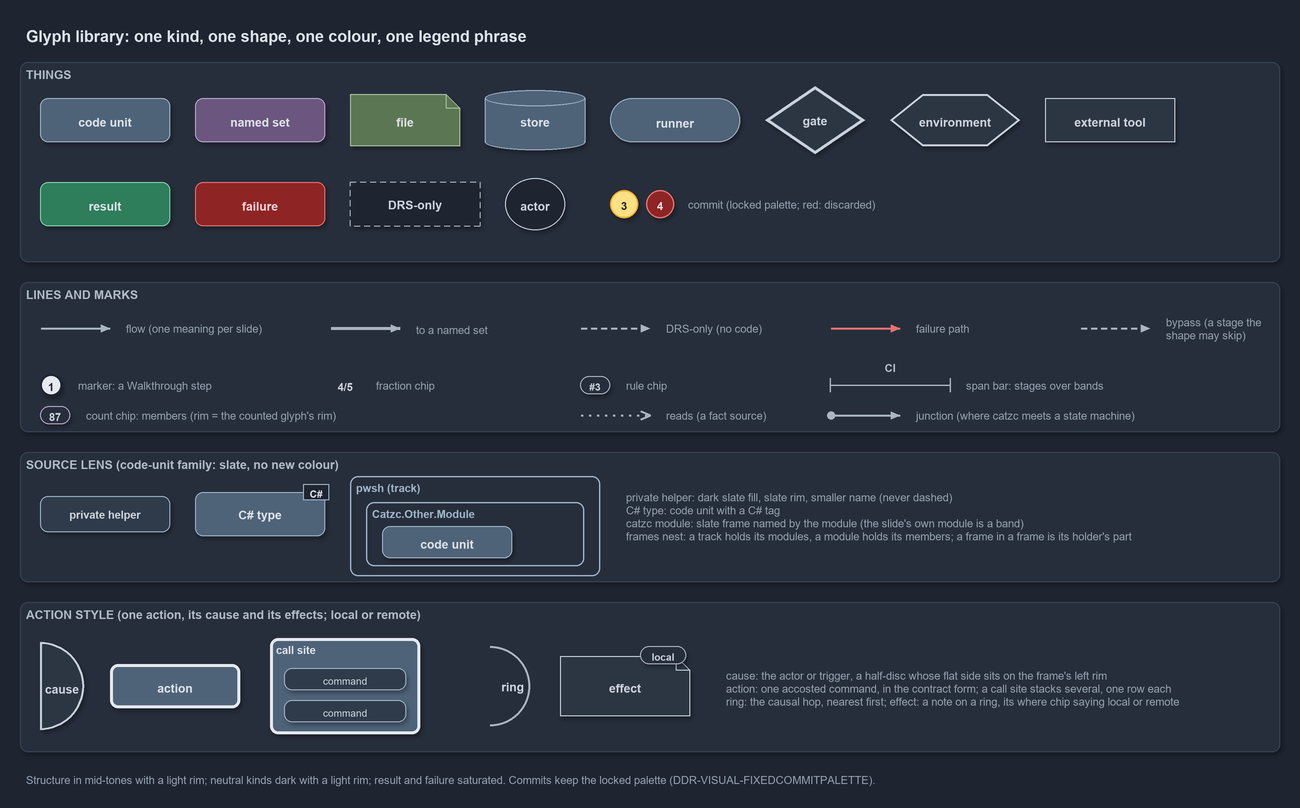
Earlier version of the draw.io export docs/explanation/.assets/glyphs.drawio.png (casperease/catzc). Source tidied: cells renumbered, new cells last; positions are measured from the earlier drawing's top-left corner, leaving out a move shared by most shapes.
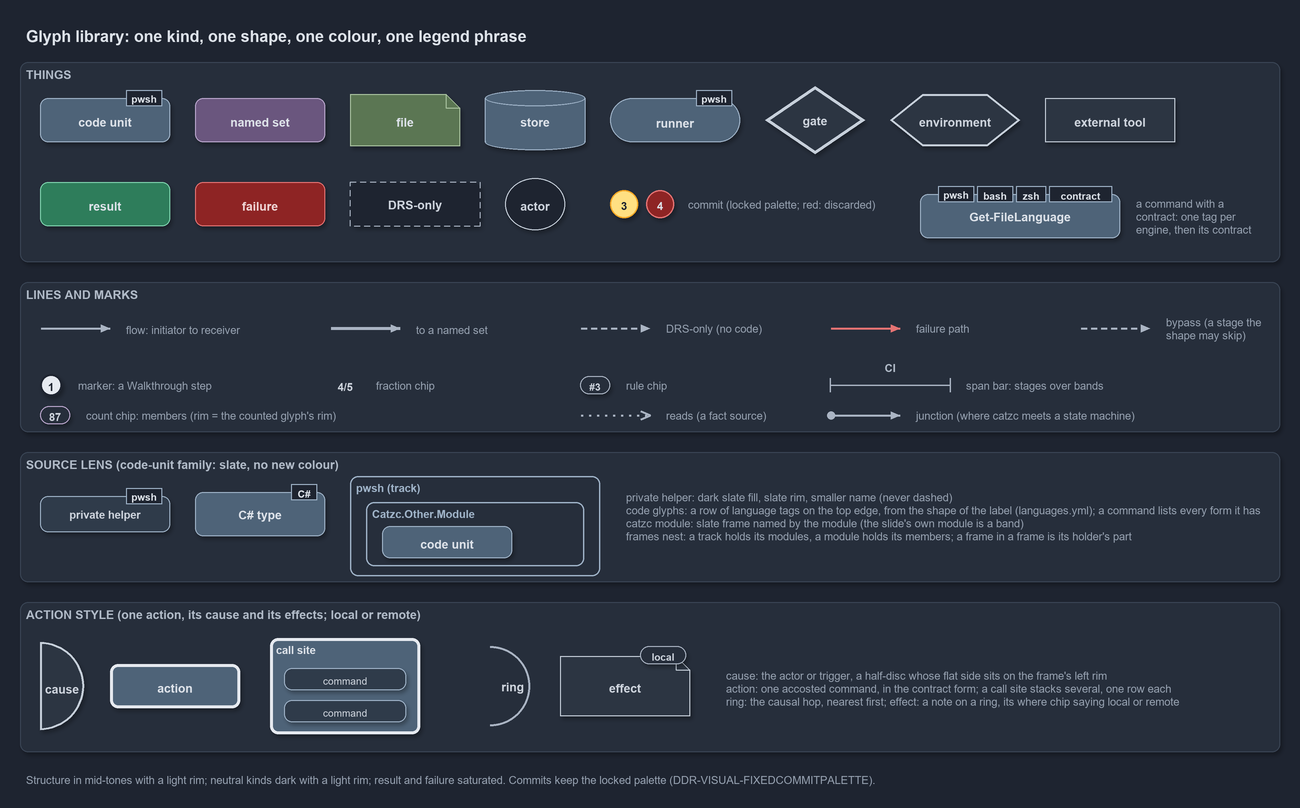
The same file after the commit.

Change to the diagram source:
```diff
@@ -50,6 +50,12 @@
     <mxCell id="17" value="4" style="ellipse;html=1;fillColor=#8E2424;strokeColor=#E57373;strokeWidth=1.5;fontStyle=1;fontSize=11;fontColor=#DDE2E9;" parent="1" vertex="1">
       <mxGeometry x="626" y="170" width="28" height="28" as="geometry" />
     </mxCell>
+    <mxCell id="78" value="&lt;b&gt;Get-FileLanguage&lt;/b&gt;" style="rounded=1;whiteSpace=wrap;html=1;arcSize=20;fillColor=#4E6378;strokeColor=#9FB3C8;fontColor=#DDE2E9;fontSize=12;" parent="1" vertex="1">
+      <mxGeometry x="900" y="174" width="200" height="44" as="geometry" />
+    </mxCell>
+    <mxCell id="79" value="a command with a contract: one tag per engine, then its contract" style="text;html=1;whiteSpace=wrap;align=left;verticalAlign=middle;fontSize=11;fontColor=#949FAE;" parent="1" vertex="1">
+      <mxGeometry x="1110" y="174" width="130" height="44" as="geometry" />
+    </mxCell>
     <mxCell id="18" value="commit (locked palette; red: discarded)" style="text;html=1;align=left;verticalAlign=middle;fontSize=11;fontColor=#949FAE;" parent="1" vertex="1">
       <mxGeometry x="662" y="174" width="240" height="20" as="geometry" />
     </mxCell>
@@ -65,7 +71,7 @@
     <mxCell id="22" style="edgeStyle=orthogonalEdgeStyle;rounded=1;html=1;endArrow=block;strokeColor=#AAB4C3;shadow=0;" parent="1" edge="1" source="20" target="21">
       <mxGeometry relative="1" as="geometry" />
     </mxCell>
-    <mxCell id="23" value="flow (one meaning per slide)" style="text;html=1;align=left;verticalAlign=middle;fontSize=11;fontColor=#949FAE;" parent="1" vertex="1">
+    <mxCell id="23" value="flow: initiator to receiver" style="text;html=1;align=left;verticalAlign=middle;fontSize=11;fontColor=#949FAE;" parent="1" vertex="1">
       <mxGeometry x="100" y="298" width="180" height="20" as="geometry" />
     </mxCell>
     <mxCell id="24" style="text;html=1;strokeColor=none;fillColor=none;" parent="1" vertex="1">
@@ -182,9 +188,6 @@
     <mxCell id="61" value="&lt;b&gt;C# type&lt;/b&gt;" style="rounded=1;whiteSpace=wrap;html=1;arcSize=20;fillColor=#4E6378;strokeColor=#9FB3C8;fontColor=#DDE2E9;fontSize=12;" parent="1" vertex="1">
       <mxGeometry x="175" y="472" width="130" height="44" as="geometry" />
     </mxCell>
-    <mxCell id="62" value="C#" style="rounded=0;html=1;fillColor=#1E2430;strokeColor=#9FB3C8;fontColor=#DDE2E9;fontStyle=1;fontSize=10.5;shadow=0;" parent="1" vertex="1">
-      <mxGeometry x="283" y="464" width="26" height="16" as="geometry" />
-    </mxCell>
     <mxCell id="63" value="pwsh (track)" style="rounded=1;html=1;arcSize=6;fillColor=none;strokeColor=#9FB3C8;strokeWidth=1.5;verticalAlign=top;align=left;spacingLeft=8;fontStyle=1;fontSize=11;fontColor=#9FB3C8;shadow=0;" parent="1" vertex="1">
       <mxGeometry x="330" y="456" width="250" height="100" as="geometry" />
     </mxCell>
@@ -194,7 +197,7 @@
     <mxCell id="65" value="&lt;b&gt;code unit&lt;/b&gt;" style="rounded=1;whiteSpace=wrap;html=1;arcSize=20;fillColor=#4E6378;strokeColor=#9FB3C8;fontColor=#DDE2E9;fontSize=12;" parent="64" vertex="1">
       <mxGeometry x="16" y="24" width="130" height="32" as="geometry" />
     </mxCell>
-    <mxCell id="66" value="private helper: dark slate fill, slate rim, smaller name (never dashed)&lt;br&gt;C# type: code unit with a C# tag&lt;br&gt;catzc module: slate frame named by the module (the slide's own module is a band)&lt;br&gt;frames nest: a track holds its modules, a module holds its members; a frame in a frame is its holder's part" style="text;html=1;whiteSpace=wrap;align=left;verticalAlign=middle;fontSize=11;fontColor=#949FAE;" parent="1" vertex="1">
+    <mxCell id="66" value="private helper: dark slate fill, slate rim, smaller name (never dashed)&lt;br&gt;code glyphs: a row of language tags on the top edge, from the shape of the label (languages.yml); a command lists every form it has&lt;br&gt;catzc module: slate frame named by the module (the slide's own module is a band)&lt;br&gt;frames nest: a track holds its modules, a module holds its members; a frame in a frame is its holder's part" style="text;html=1;whiteSpace=wrap;align=left;verticalAlign=middle;fontSize=11;fontColor=#949FAE;" parent="1" vertex="1">
       <mxGeometry x="600" y="464" width="640" height="64" as="geometry" />
     </mxCell>
     <mxCell id="67" value="ACTION STYLE (one action, its cause and its effects; local or remote)" style="rounded=1;html=1;arcSize=3;fillColor=#262E3B;strokeColor=#3A4555;verticalAlign=top;align=left;spacingLeft=8;fontStyle=1;fontSize=12;fontColor=#B0BAC7;" parent="1" vertex="1">
@@ -230,5 +233,29 @@
     <mxCell id="77" value="Structure in mid-tones with a light rim; neutral kinds dark with a light rim; result and failure saturated. Commits keep the locked palette (DDR-VISUAL-FIXEDCOMMITPALETTE)." style="text;html=1;whiteSpace=wrap;align=left;verticalAlign=top;fontSize=11;fontColor=#949FAE;" parent="1" vertex="1">
       <mxGeometry y="748" width="1260" height="20" as="geometry" />
     </mxCell>
+    <mxCell id="80" value="pwsh" style="rounded=0;html=1;fillColor=#1E2430;strokeColor=#9FB3C8;fontColor=#DDE2E9;fontStyle=1;fontSize=10.5;shadow=0;catzcKind=code;" parent="1" vertex="1">
+      <mxGeometry x="106" y="70" width="36" height="16" as="geometry" />
+    </mxCell>
+    <mxCell id="81" value="pwsh" style="rounded=0;html=1;fillColor=#1E2430;strokeColor=#9FB3C8;fontColor=#DDE2E9;fontStyle=1;fontSize=10.5;shadow=0;catzcKind=private;" parent="1" vertex="1">
+      <mxGeometry x="106" y="468" width="36" height="16" as="geometry" />
+    </mxCell>
+    <mxCell id="82" value="pwsh" style="rounded=0;html=1;fillColor=#1E2430;strokeColor=#9FB3C8;fontColor=#DDE2E9;fontStyle=1;fontSize=10.5;shadow=0;catzcKind=runner;" parent="1" vertex="1">
+      <mxGeometry x="676" y="70" width="36" height="16" as="geometry" />
+    </mxCell>
+    <mxCell id="62" value="C#" style="rounded=0;html=1;fillColor=#1E2430;strokeColor=#9FB3C8;fontColor=#DDE2E9;fontStyle=1;fontSize=10.5;shadow=0;catzcKind=type;" parent="1" vertex="1">
+      <mxGeometry x="271" y="464" width="26" height="16" as="geometry" />
+    </mxCell>
+    <mxCell id="83" value="pwsh" style="rounded=0;html=1;fillColor=#1E2430;strokeColor=#9FB3C8;fontColor=#DDE2E9;fontStyle=1;fontSize=10.5;shadow=0;catzcKind=code;" parent="1" vertex="1">
+      <mxGeometry x="918" y="166" width="36" height="16" as="geometry" />
+    </mxCell>
+    <mxCell id="84" value="bash" style="rounded=0;html=1;fillColor=#1E2430;strokeColor=#9FB3C8;fontColor=#DDE2E9;fontStyle=1;fontSize=10.5;shadow=0;" parent="1" vertex="1">
+      <mxGeometry x="957" y="166" width="36" height="16" as="geometry" />
+    </mxCell>
+    <mxCell id="85" value="zsh" style="rounded=0;html=1;fillColor=#1E2430;strokeColor=#9FB3C8;fontColor=#DDE2E9;fontStyle=1;fontSize=10.5;shadow=0;" parent="1" vertex="1">
+      <mxGeometry x="996" y="166" width="30" height="16" as="geometry" />
+    </mxCell>
+    <mxCell id="86" value="contract" style="rounded=0;html=1;fillColor=#1E2430;strokeColor=#9FB3C8;fontColor=#DDE2E9;fontStyle=1;fontSize=10.5;shadow=0;" parent="1" vertex="1">
+      <mxGeometry x="1029" y="166" width="63" height="16" as="geometry" />
+    </mxCell>
   </root>
 </mxGraphModel>
```
